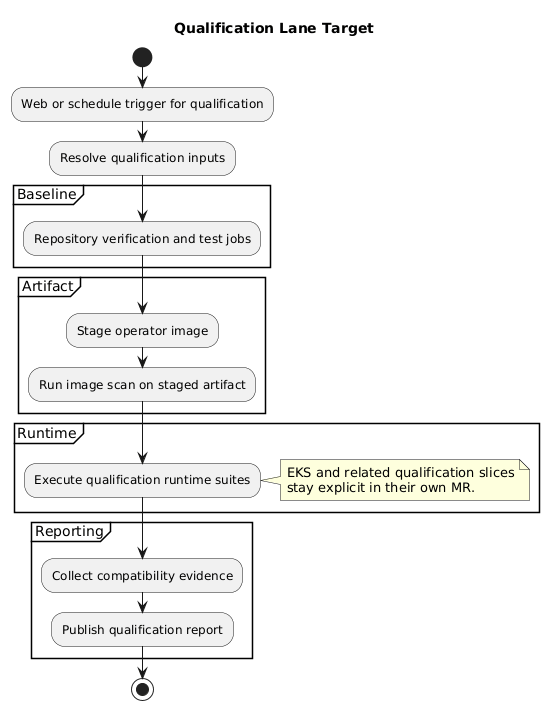
This is gitlab-ci/diagrams/qualification-lane-target.png from splunk/splunk-operator, a PlantUML export, as it was before one commit.
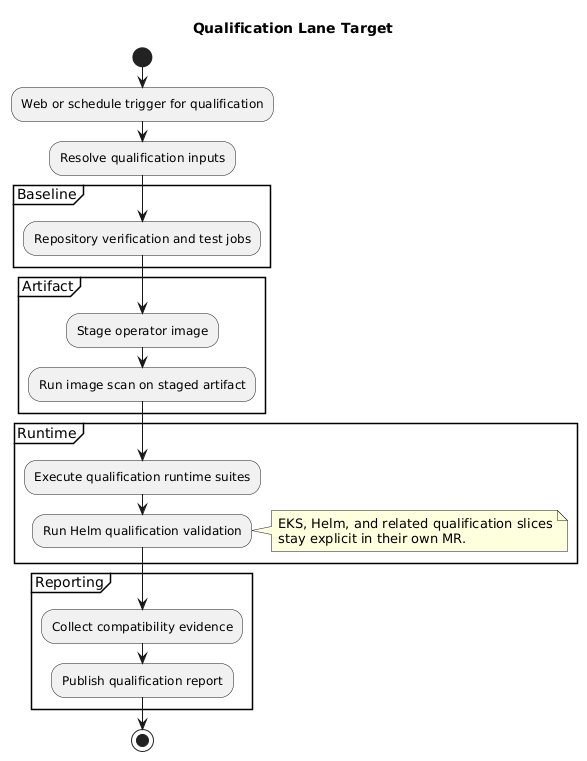
Later version of the same file.

Commit message:
CSPL-4672 docs: add nightly and helm target flows

Diff of the diagram source:
```diff
@@ -15,8 +15,9 @@
 
 partition Runtime {
   :Execute qualification runtime suites;
+  :Run Helm qualification validation;
   note right
-    EKS and related qualification slices
+    EKS, Helm, and related qualification slices
     stay explicit in their own MR.
   end note
 }
```
